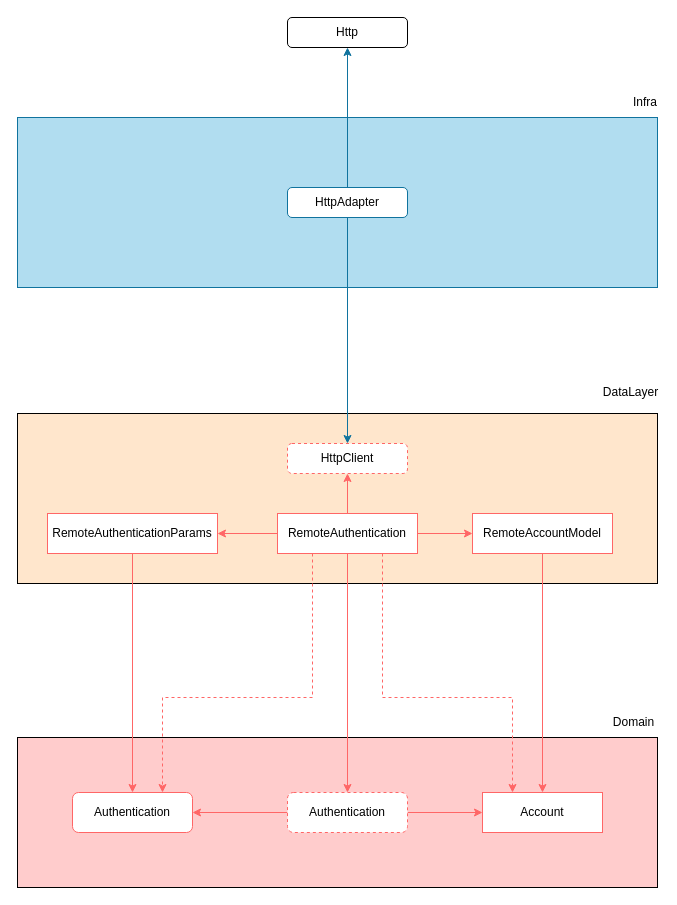
Earlier version of the draw.io diagram requirements/Authentication.drawio (RichardRSA/myinventory). Source tidied: cells renumbered, new cells numbered last; positions are measured from the earlier drawing's top-left corner, leaving out a move shared by most shapes. Both pictures are drawn from the tidied source at 100%, with x=0, y=0 at pixel (17, 17).
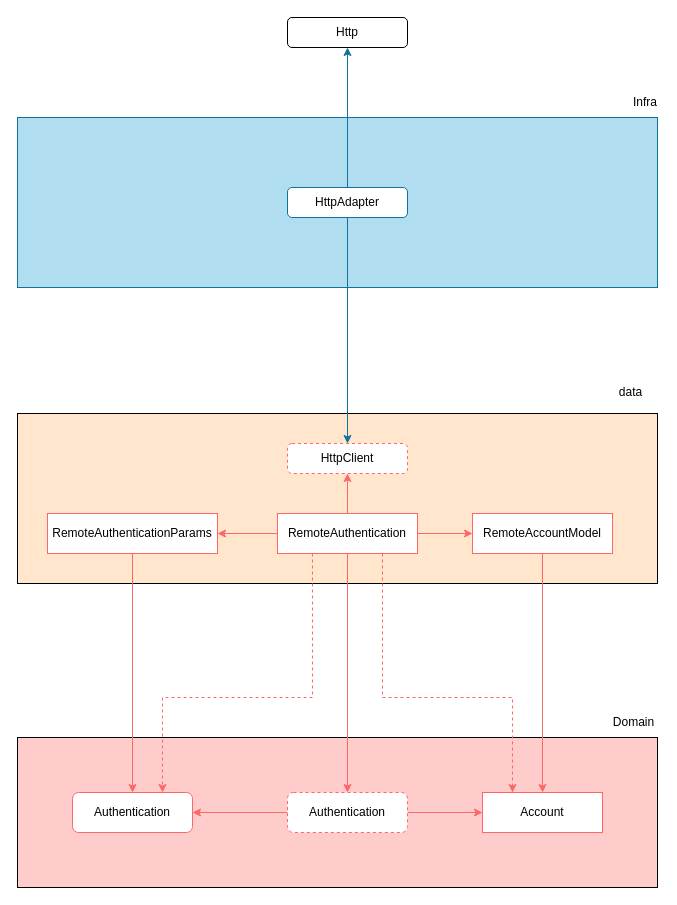
Above is the later version.

The edit, as a diff of the source:
```diff
@@
-    <mxCell id="9" value="DataLayer" style="text;html=1;strokeColor=none;fillColor=none;align=center;verticalAlign=middle;whiteSpace=wrap;rounded=0;" parent="1" vertex="1">
+    <mxCell id="9" value="data" style="text;html=1;strokeColor=none;fillColor=none;align=center;verticalAlign=middle;whiteSpace=wrap;rounded=0;" parent="1" vertex="1">
       <mxGeometry x="585" y="360" width="57" height="30" as="geometry" />
     </mxCell>
```
